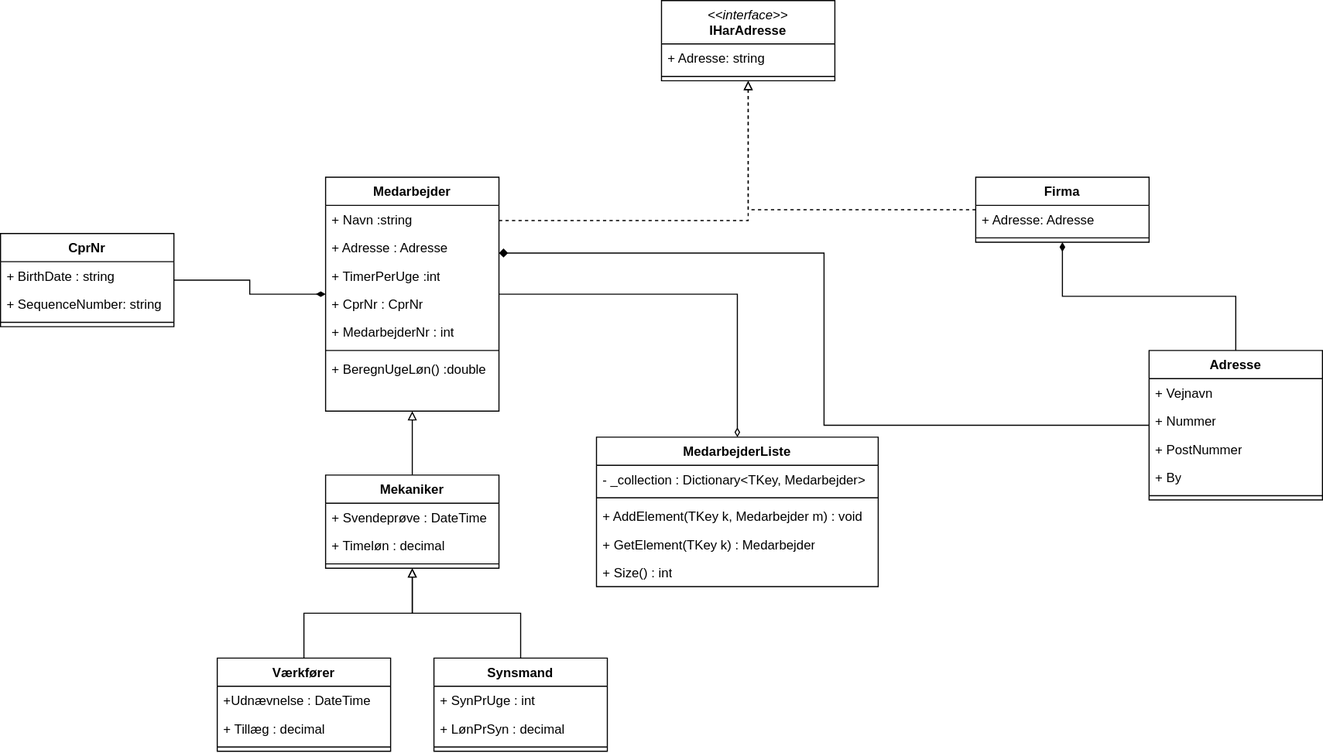
This is Øvelse1/Dokumentation/Øvelse1_KlasseDiagram.svg from stoffer123/AvProg2026, a draw.io export, as it was before one commit. Source tidied: cells renumbered, new cells last; positions are measured from the earlier drawing's top-left corner, leaving out a move shared by most shapes.
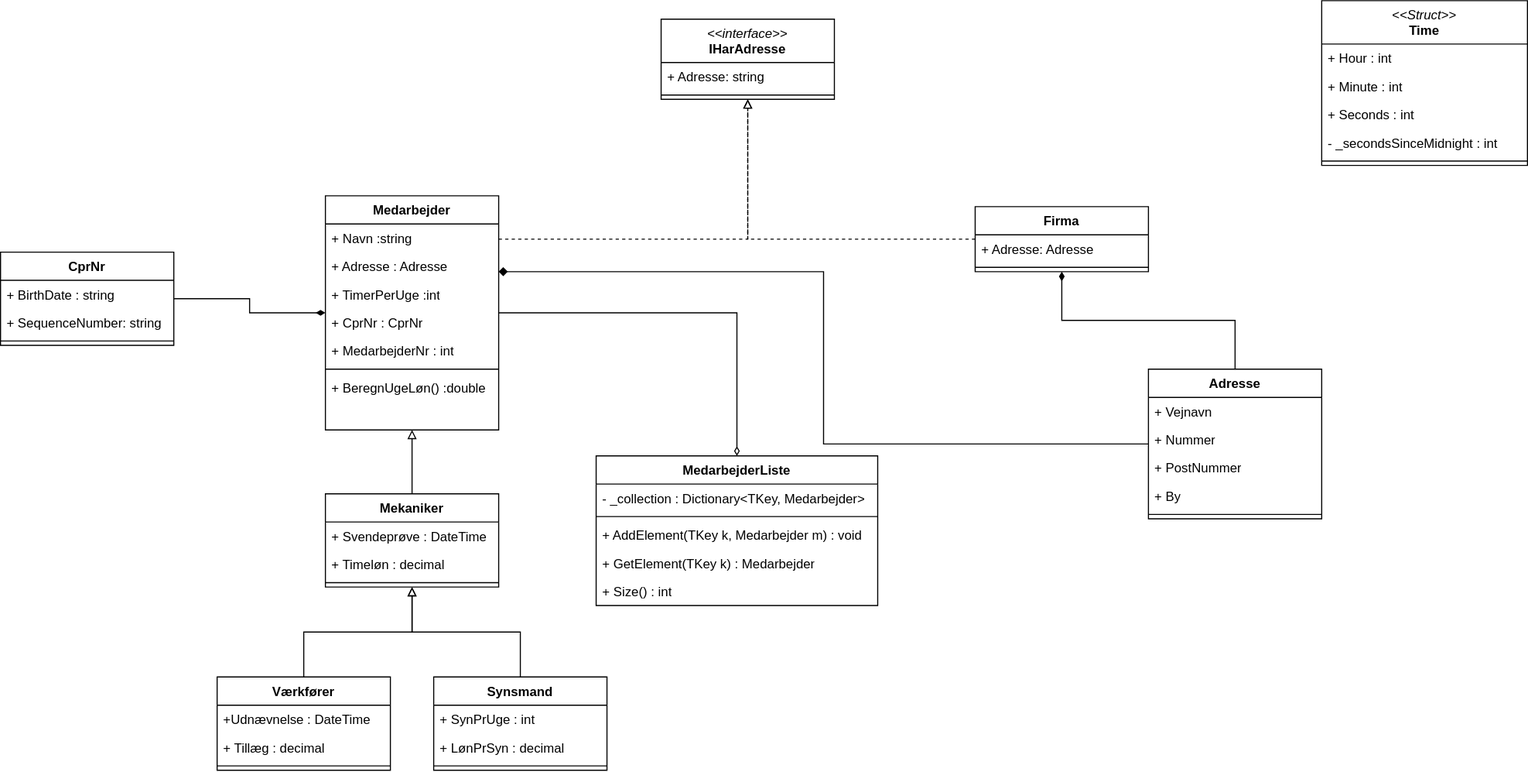
After the change.

Commit message:
Struct øvelse

What changed in the source:
```diff
@@ -121,7 +121,7 @@
       <mxGeometry relative="1" as="geometry" />
     </mxCell>
     <mxCell id="40" value="Firma" style="swimlane;fontStyle=1;align=center;verticalAlign=top;horizontal=1;startSize=26;whiteSpace=wrap;html=1;" parent="1" vertex="1">
-      <mxGeometry x="900" y="163" width="160" height="60" as="geometry" />
+      <mxGeometry x="900" y="173" width="160" height="60" as="geometry" />
     </mxCell>
     <mxCell id="41" value="+ Adresse: Adresse" style="text;strokeColor=none;fillColor=none;align=left;verticalAlign=top;spacingLeft=4;spacingRight=4;overflow=hidden;whiteSpace=wrap;html=1;" parent="40" vertex="1">
       <mxGeometry y="26" width="160" height="26" as="geometry" />
@@ -167,5 +167,23 @@
     <mxCell id="53" style="line;strokeWidth=1;fillColor=none;align=left;verticalAlign=middle;spacingTop=-1;spacingLeft=3;spacingRight=3;labelPosition=right;strokeColor=inherit;" parent="48" vertex="1">
       <mxGeometry y="130" width="160" height="8" as="geometry" />
     </mxCell>
+    <mxCell id="54" value="&lt;div&gt;&lt;span style=&quot;font-weight: 400;&quot;&gt;&lt;i&gt;&amp;lt;&amp;lt;Struct&amp;gt;&amp;gt;&lt;/i&gt;&lt;/span&gt;&lt;/div&gt;Time" style="swimlane;fontStyle=1;align=center;verticalAlign=top;horizontal=1;startSize=40;whiteSpace=wrap;html=1;" parent="1" vertex="1">
+      <mxGeometry x="1220" y="-17" width="190" height="152" as="geometry" />
+    </mxCell>
+    <mxCell id="55" value="+ Hour : int" style="text;strokeColor=none;fillColor=none;align=left;verticalAlign=top;spacingLeft=4;spacingRight=4;overflow=hidden;whiteSpace=wrap;html=1;" parent="54" vertex="1">
+      <mxGeometry y="40" width="190" height="26" as="geometry" />
+    </mxCell>
+    <mxCell id="56" value="+ Minute : int" style="text;strokeColor=none;fillColor=none;align=left;verticalAlign=top;spacingLeft=4;spacingRight=4;overflow=hidden;whiteSpace=wrap;html=1;" parent="54" vertex="1">
+      <mxGeometry y="66" width="190" height="26" as="geometry" />
+    </mxCell>
+    <mxCell id="57" value="+ Seconds : int" style="text;strokeColor=none;fillColor=none;align=left;verticalAlign=top;spacingLeft=4;spacingRight=4;overflow=hidden;whiteSpace=wrap;html=1;" parent="54" vertex="1">
+      <mxGeometry y="92" width="190" height="26" as="geometry" />
+    </mxCell>
+    <mxCell id="58" value="- _secondsSinceMidnight : int" style="text;strokeColor=none;fillColor=none;align=left;verticalAlign=top;spacingLeft=4;spacingRight=4;overflow=hidden;whiteSpace=wrap;html=1;" parent="54" vertex="1">
+      <mxGeometry y="118" width="190" height="26" as="geometry" />
+    </mxCell>
+    <mxCell id="59" style="line;strokeWidth=1;fillColor=none;align=left;verticalAlign=middle;spacingTop=-1;spacingLeft=3;spacingRight=3;labelPosition=right;strokeColor=inherit;" parent="54" vertex="1">
+      <mxGeometry y="144" width="190" height="8" as="geometry" />
+    </mxCell>
   </root>
 </mxGraphModel>
```
